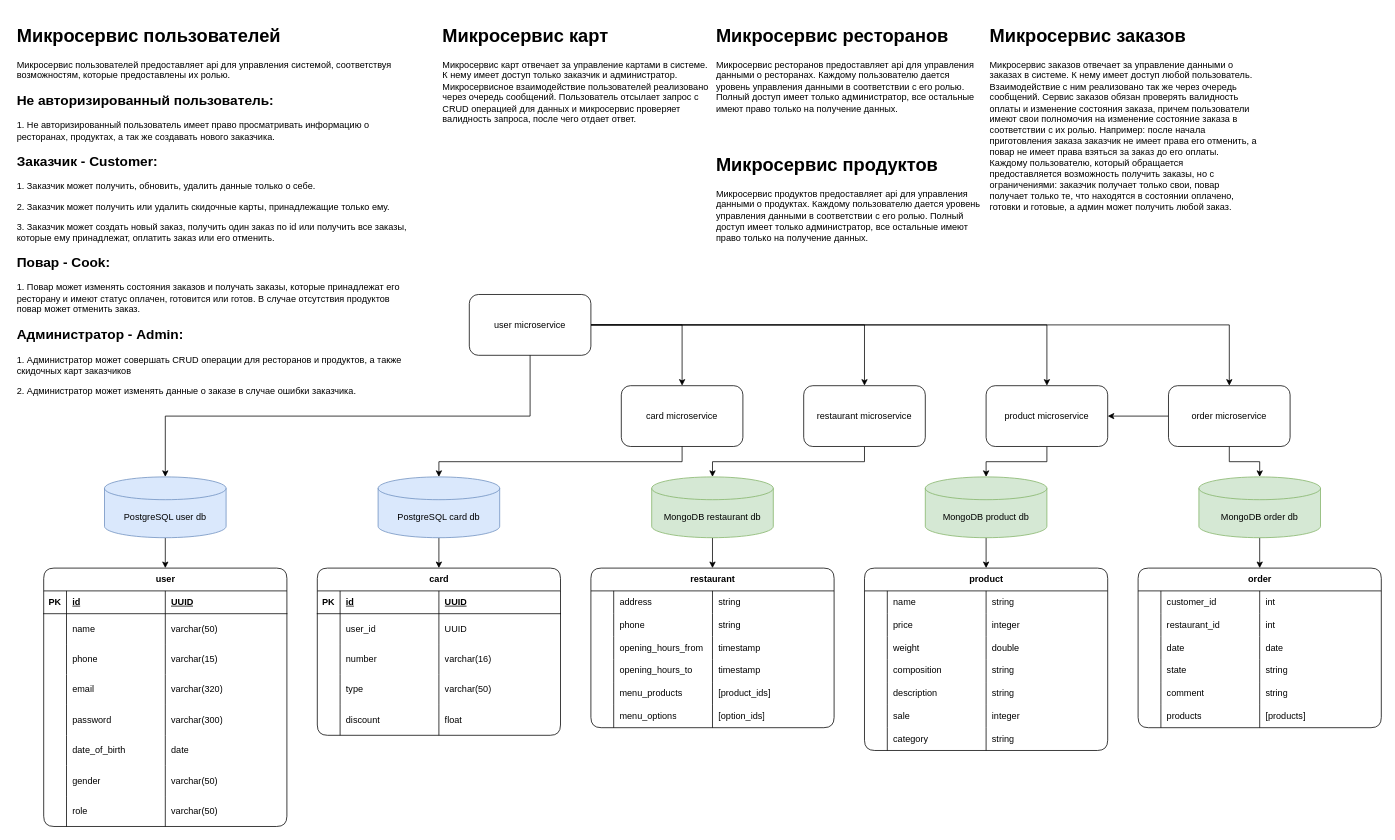
Before: spring-restaurant.drawio in vr61v/spring-restaurant, a draw.io diagram. Source tidied: cells renumbered, new cells numbered last; positions are measured from the earlier drawing's top-left corner, leaving out a move shared by most shapes. Both pictures are drawn from the tidied source at 76%, with x=0, y=0 at pixel (13, 21).
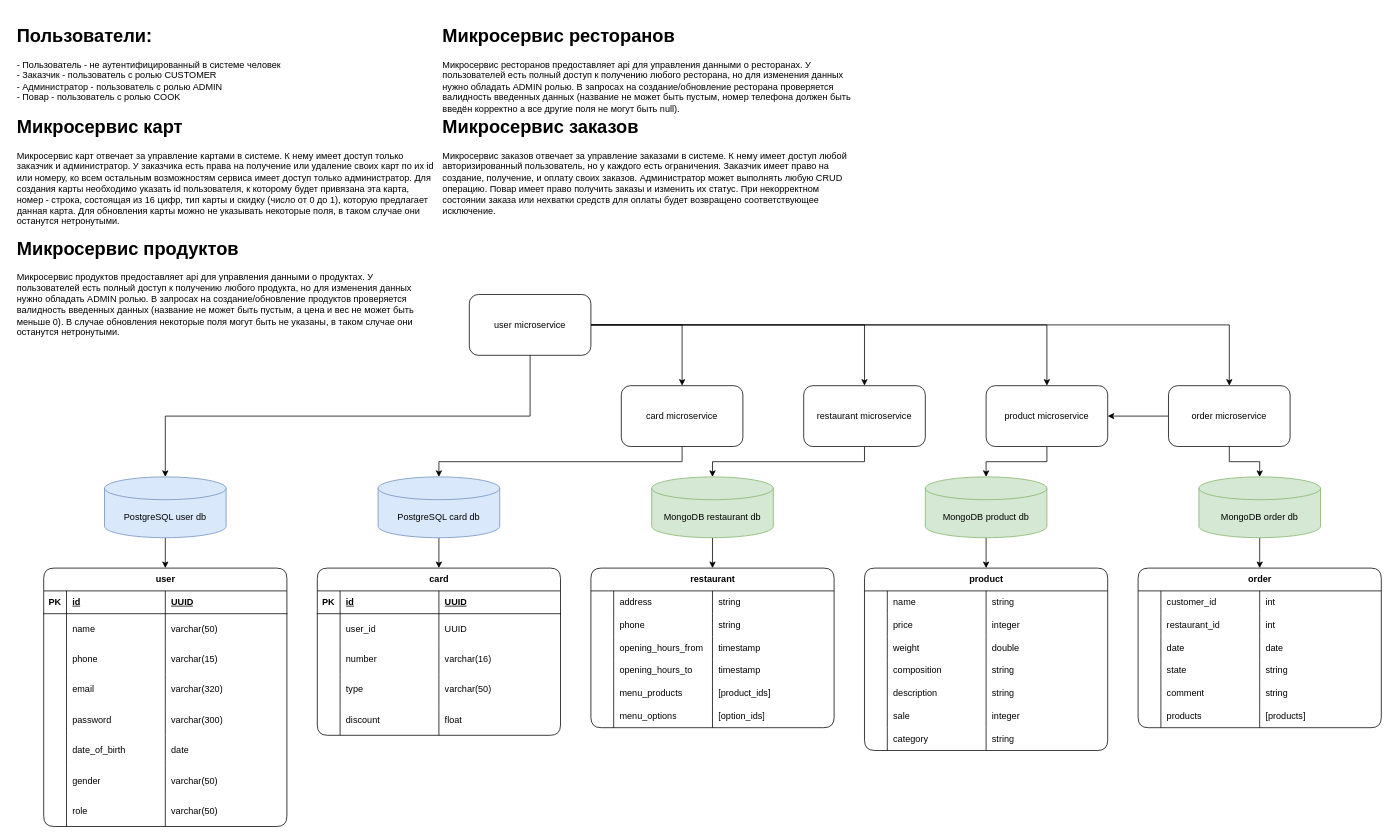
After the change.

Change to the diagram source:
```diff
@@
-    <mxCell id="5" value="&lt;h1&gt;Микросервис пользователей&lt;/h1&gt;&lt;p&gt;Микросервис пользователей предоставляет api для управления системой, соответствуя возможностям, которые предоставлены их ролью.&lt;/p&gt;&lt;h2&gt;Не авторизированный пользователь:&lt;/h2&gt;&lt;p&gt;1. Не авторизированный пользователь имеет право просматривать информацию о ресторанах, продуктах, а так же создавать нового заказчика.&lt;/p&gt;&lt;h2&gt;Заказчик - Customer:&lt;/h2&gt;&lt;p&gt;1. Заказчик может получить, обновить, удалить данные только о себе.&lt;/p&gt;&lt;p&gt;2. Заказчик может получить или удалить скидочные карты, принадлежащие только ему.&lt;/p&gt;&lt;p&gt;3. Заказчик может создать новый заказ, получить один заказ по id или получить все заказы, которые ему принадлежат, оплатить заказ или его отменить.&lt;/p&gt;&lt;h2&gt;Повар - Cook:&lt;/h2&gt;&lt;p&gt;1. Повар может изменять состояния заказов и получать заказы, которые принадлежат его ресторану и имеют статус оплачен, готовится или готов. В случае отсутствия продуктов повар может отменить заказ.&lt;/p&gt;&lt;h2&gt;Администратор - Admin:&lt;/h2&gt;&lt;p&gt;1. Администратор может совершать CRUD операции для ресторанов и продуктов, а также скидочных карт заказчиков&lt;/p&gt;&lt;p&gt;2. Администратор может изменять данные о заказе в случае ошибки заказчика.&lt;/p&gt;&lt;p&gt;&lt;br&gt;&lt;/p&gt;" style="text;html=1;spacing=5;spacingTop=-20;whiteSpace=wrap;overflow=hidden;rounded=0;" parent="1" vertex="1">
-      <mxGeometry width="530" height="510" as="geometry" />
+    <mxCell id="5" value="&lt;h1&gt;Пользователи:&lt;/h1&gt;&lt;p&gt;- Пользователь - не аутентифицированный в системе человек&lt;br&gt;- Заказчик - пользователь с ролью CUSTOMER&lt;br&gt;- Администратор - пользователь с ролью ADMIN&lt;br&gt;- Повар - пользователь с ролью COOK&lt;/p&gt;&lt;p&gt;&lt;br&gt;&lt;/p&gt;" style="text;html=1;spacing=5;spacingTop=-20;whiteSpace=wrap;overflow=hidden;rounded=0;" parent="1" vertex="1">
+      <mxGeometry width="400" height="120" as="geometry" />
     </mxCell>
-    <mxCell id="6" value="&lt;h1&gt;Микросервис карт&lt;/h1&gt;&lt;div&gt;Микросервис карт отвечает за управление картами в системе. К нему имеет доступ только заказчик и администратор. Микросервисное взаимодействие пользователей реализовано через очередь сообщений. Пользователь отсылает запрос с CRUD операцией для данных и микросервис проверяет валидность запроса, после чего отдает ответ.&lt;/div&gt;&lt;p&gt;&lt;br&gt;&lt;/p&gt;" style="text;html=1;spacing=5;spacingTop=-20;whiteSpace=wrap;overflow=hidden;rounded=0;" parent="1" vertex="1">
-      <mxGeometry x="560" width="360" height="170" as="geometry" />
+    <mxCell id="6" value="&lt;h1&gt;Микросервис карт&lt;/h1&gt;&lt;div&gt;&lt;div&gt;Микросервис карт отвечает за управление картами в системе. К нему имеет доступ только заказчик и администратор. У заказчика есть права на получение или удаление своих карт по их id или номеру, ко всем остальным возможностям сервиса имеет доступ только администратор. Для создания карты необходимо указать id пользователя, к которому будет привязана эта карта, номер - строка, состоящая из 16 цифр, тип карты и скидку (число от 0 до 1), которую предлагает данная карта. Для обновления карты можно не указывать некоторые поля, в таком случае они останутся нетронутыми.&lt;/div&gt;&lt;/div&gt;&lt;div&gt;&lt;br&gt;&lt;/div&gt;" style="text;html=1;spacing=5;spacingTop=-20;whiteSpace=wrap;overflow=hidden;rounded=0;" parent="1" vertex="1">
+      <mxGeometry y="120" width="560" height="160" as="geometry" />
     </mxCell>
@@
-    <mxCell id="8" value="&lt;h1&gt;Микросервис заказов&lt;/h1&gt;&lt;div&gt;Микросервис заказов отвечает за управление данными о заказах в системе. К нему имеет доступ любой пользователь. Взаимодействие с ним реализовано так же через очередь сообщений. Сервис заказов обязан проверять валидность оплаты и изменение состояния заказа, причем пользователи имеют свои полномочия на изменение состояние заказа в соответствии с их ролью. Например: после начала приготовления заказа заказчик не имеет права его отменить, а повар не имеет права взяться за заказ до его оплаты. Каждому пользователю, который обращается предоставляется возможность получить заказы, но с ограничениями: заказчик получает только свои, повар получает только те, что находятся в состоянии оплачено, готовки и готовые, а админ может получить любой заказ.&lt;/div&gt;" style="text;html=1;spacing=5;spacingTop=-20;whiteSpace=wrap;overflow=hidden;rounded=0;" parent="1" vertex="1">
-      <mxGeometry x="1280" width="360" height="270" as="geometry" />
+    <mxCell id="8" value="&lt;h1&gt;Микросервис заказов&lt;/h1&gt;&lt;div&gt;Микросервис заказов отвечает за управление заказами в системе. К нему имеет доступ любой авторизированный пользователь, но у каждого есть ограничения. Заказчик имеет право на создание, получение, и оплату своих заказов. Администратор может выполнять любую CRUD операцию. Повар имеет право получить заказы и изменить их статус. При некорректном состоянии заказа или нехватки средств для оплаты будет возвращено соответствующее исключение.&lt;br&gt;&lt;/div&gt;" style="text;html=1;spacing=5;spacingTop=-20;whiteSpace=wrap;overflow=hidden;rounded=0;" parent="1" vertex="1">
+      <mxGeometry x="560" y="120" width="560" height="160" as="geometry" />
     </mxCell>
@@
-    <mxCell id="10" value="&lt;h1&gt;Микросервис ресторанов&lt;/h1&gt;&lt;div&gt;Микросервис ресторанов предоставляет api для управления данными о ресторанах. Каждому пользователю дается уровень управления данными в соответствии с его ролью. Полный доступ имеет только администратор, все остальные имеют право только на получение данных.&lt;/div&gt;" style="text;html=1;spacing=5;spacingTop=-20;whiteSpace=wrap;overflow=hidden;rounded=0;" parent="1" vertex="1">
-      <mxGeometry x="920" width="360" height="140" as="geometry" />
+    <mxCell id="10" value="&lt;h1&gt;Микросервис ресторанов&lt;/h1&gt;&lt;div&gt;Микросервис ресторанов предоставляет api для управления данными о ресторанах. У пользователей есть полный доступ к получению любого ресторана, но для изменения данных нужно обладать ADMIN ролью. В запросах на создание/обновление ресторана проверяется валидность введенных данных (название не может быть пустым, номер телефона должен быть введён корректно а все другие поля не могут быть null).&lt;/div&gt;" style="text;html=1;spacing=5;spacingTop=-20;whiteSpace=wrap;overflow=hidden;rounded=0;" parent="1" vertex="1">
+      <mxGeometry x="560" width="560" height="160" as="geometry" />
     </mxCell>
-    <mxCell id="11" value="&lt;h1&gt;Микросервис продуктов&lt;/h1&gt;&lt;div&gt;Микросервис продуктов предоставляет api для управления данными о продуктах. Каждому пользователю дается уровень управления данными в соответствии с его ролью. Полный доступ имеет только администратор, все остальные имеют право только на получение данных.&lt;/div&gt;" style="text;html=1;spacing=5;spacingTop=-20;whiteSpace=wrap;overflow=hidden;rounded=0;" parent="1" vertex="1">
-      <mxGeometry x="920" y="170" width="360" height="140" as="geometry" />
+    <mxCell id="11" value="&lt;h1&gt;Микросервис продуктов&lt;/h1&gt;&lt;div&gt;Микросервис продуктов предоставляет api для управления данными о продуктах. У пользователей есть полный доступ к получению любого продукта, но для изменения данных нужно обладать ADMIN ролью. В запросах на создание/обновление продуктов проверяется валидность введенных данных (название не может быть пустым, а цена и вес не может быть меньше 0). В случае обновления некоторые поля могут быть не указаны, в таком случае они останутся нетронутыми.&lt;/div&gt;" style="text;html=1;spacing=5;spacingTop=-20;whiteSpace=wrap;overflow=hidden;rounded=0;" parent="1" vertex="1">
+      <mxGeometry y="280" width="560" height="160" as="geometry" />
     </mxCell>
```
